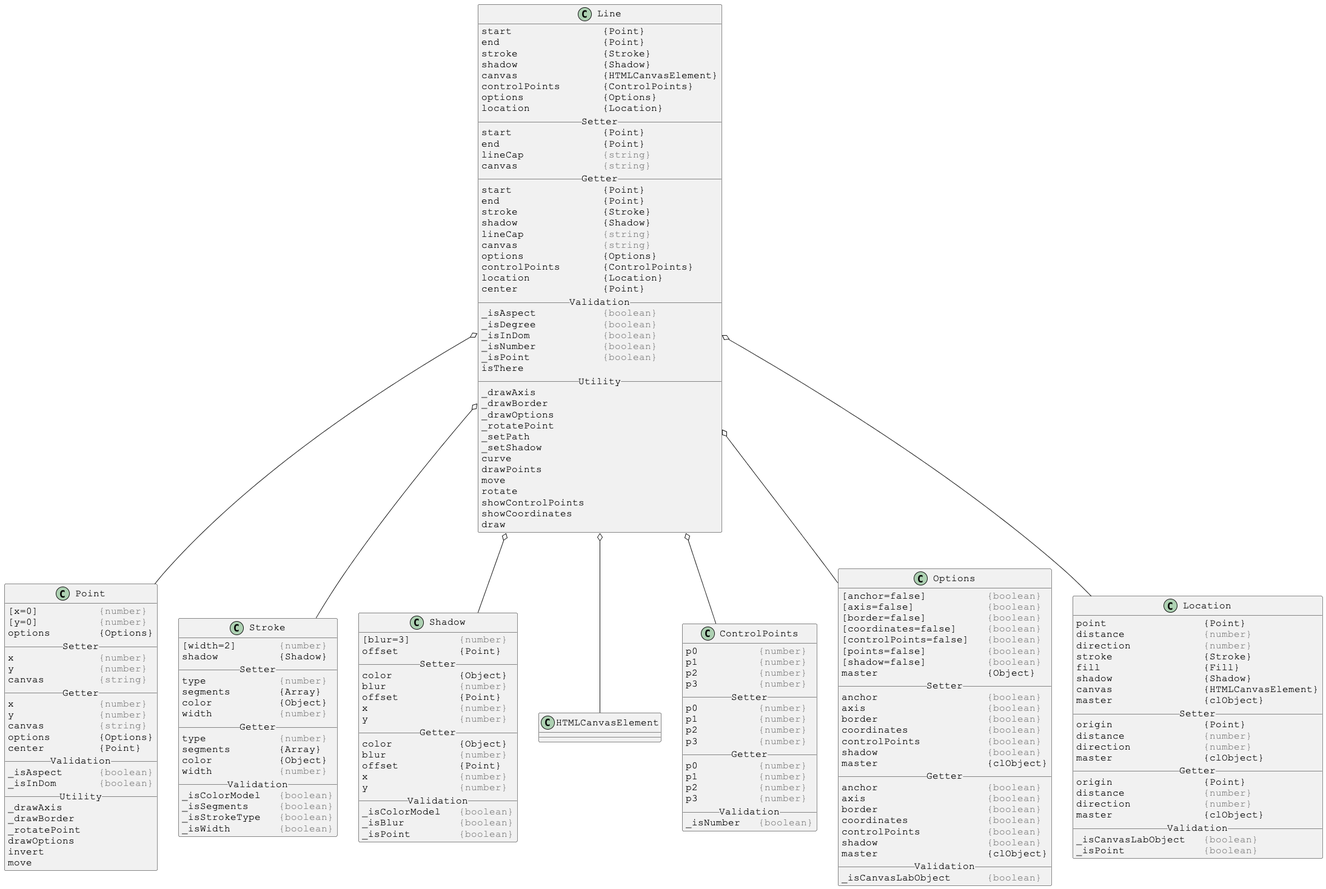
The PlantUML diagram docs/PlantUml/image/linked/Line-linked.png in Justin-Byrne/canvasLab, before a commit.
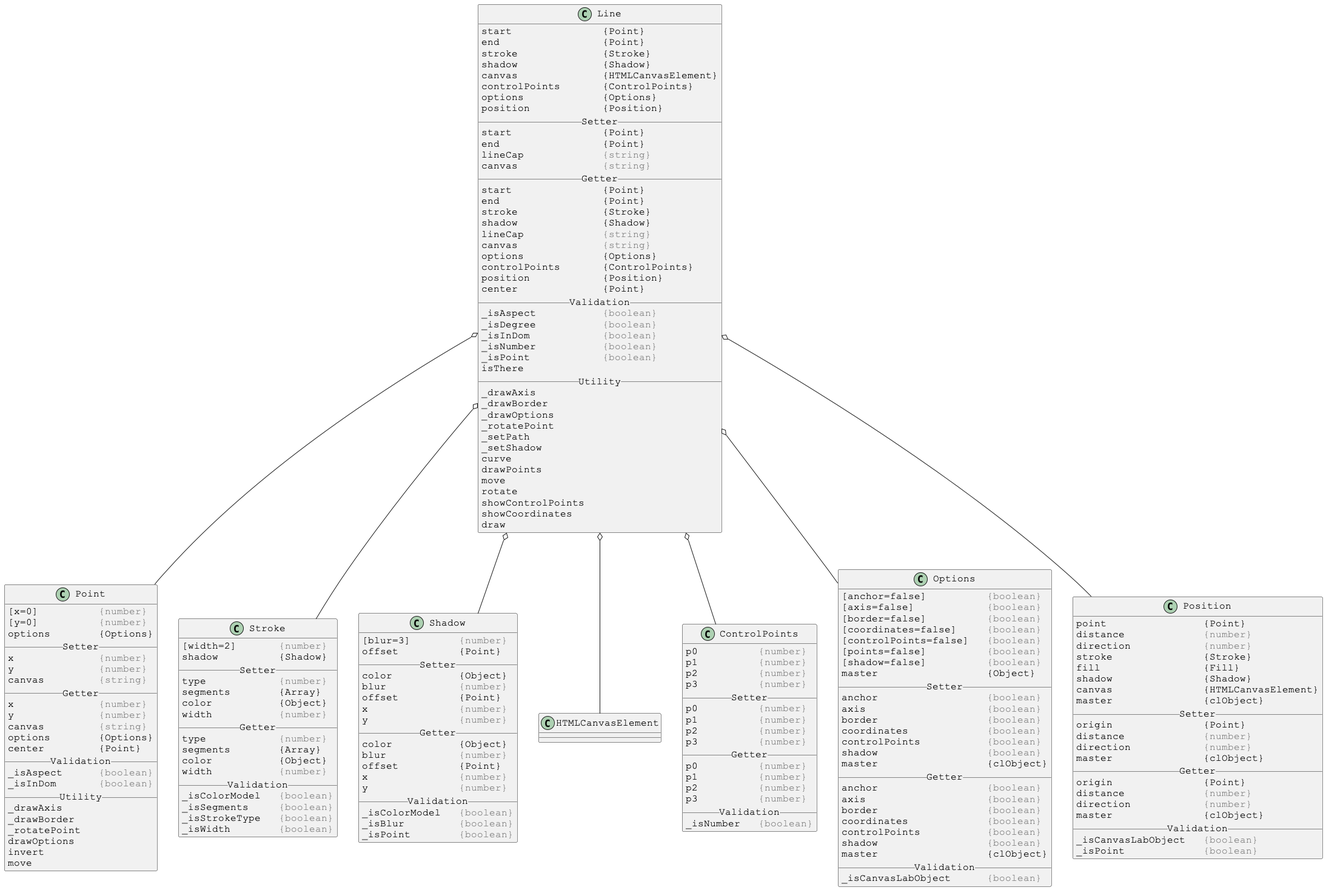
Later version of the same file.

Change to the diagram source:
```diff
@@ -11,7 +11,7 @@
 canvas              {HTMLCanvasElement}
 controlPoints       {ControlPoints}
 options             {Options}
-location            {Location}
+position            {Position}
 __ Setter __
 start               {Point}
 end                 {Point}
@@ -26,7 +26,7 @@
 canvas              <color:gray>{string}</color>
 options             {Options}
 controlPoints       {ControlPoints}
-location            {Location}
+position            {Position}
 center              {Point}
 __ Validation __
 _isAspect           <color:gray>{boolean}</color>
@@ -57,7 +57,7 @@
 Line o-- HTMLCanvasElement
 Line o-- ControlPoints
 Line o-- Options
-Line o-- Location
+Line o-- Position
 
 
 
@@ -204,7 +204,7 @@
 skinparam DefaultFontSize 16
 skinparam DefaultFontName Courier New
 
-class Location {
+class Position {
 point                {Point}
 distance             <color:gray>{number}</color>
 direction            <color:gray>{number}</color>
```
